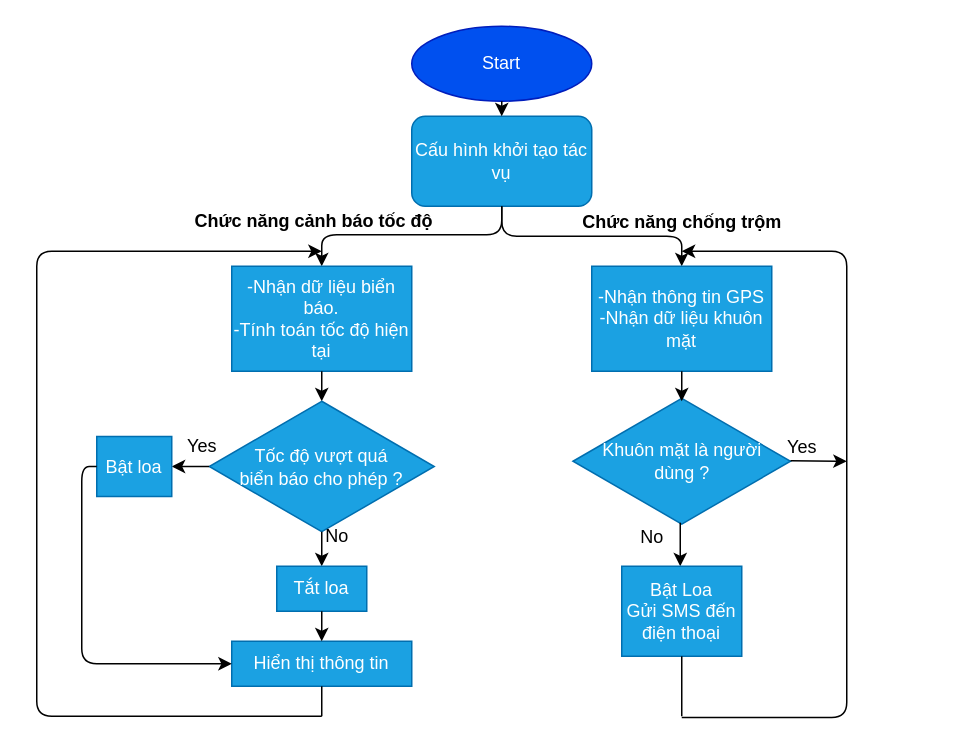
This is page "Page-3" (3 of 3) of Untitled 1Diagram.drawio from truongvanthinh/AutonomousCar, a draw.io file, before an edit. Source tidied: cells renumbered, new cells numbered last; positions are measured from the earlier drawing's top-left corner, leaving out a move shared by most shapes. Both pictures are drawn from the tidied source at 150%, with x=0, y=0 at pixel (36, 26).
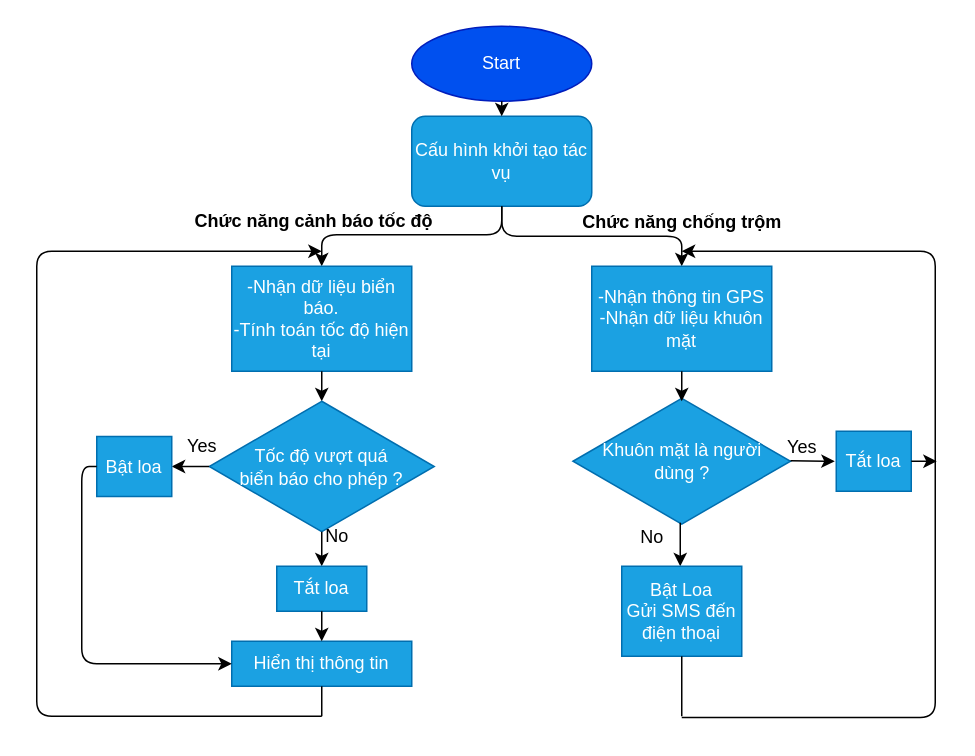
The same diagram, later.

What changed in the source:
```diff
@@
     <mxCell id="30" style="edgeStyle=elbowEdgeStyle;elbow=horizontal;endArrow=classic;html=1;" parent="1" edge="1">
       <mxGeometry relative="1" as="geometry">
         <mxPoint x="430" y="460.9" as="sourcePoint" />
         <mxPoint x="430" y="150" as="targetPoint" />
         <Array as="points">
-          <mxPoint x="540" y="310" />
+          <mxPoint x="599" y="306" />
         </Array>
       </mxGeometry>
     </mxCell>
     <mxCell id="31" style="endArrow=classic;html=1;" parent="1" edge="1">
       <mxGeometry relative="1" as="geometry">
         <mxPoint x="502.5" y="289.7" as="sourcePoint" />
-        <mxPoint x="540" y="290" as="targetPoint" />
+        <mxPoint x="532" y="290" as="targetPoint" />
       </mxGeometry>
     </mxCell>
@@
+    <mxCell id="33" value="Tắt loa" style="rounded=0;whiteSpace=wrap;html=1;fillColor=#1ba1e2;strokeColor=#006EAF;fontColor=#ffffff;" parent="1" vertex="1">
+      <mxGeometry x="533" y="270" width="50" height="40" as="geometry" />
+    </mxCell>
+    <mxCell id="34" style="endArrow=classic;html=1;exitX=1;exitY=0.5;exitDx=0;exitDy=0;" parent="1" edge="1" source="33">
+      <mxGeometry relative="1" as="geometry">
+        <mxPoint x="600" y="290" as="targetPoint" />
+      </mxGeometry>
+    </mxCell>
```
